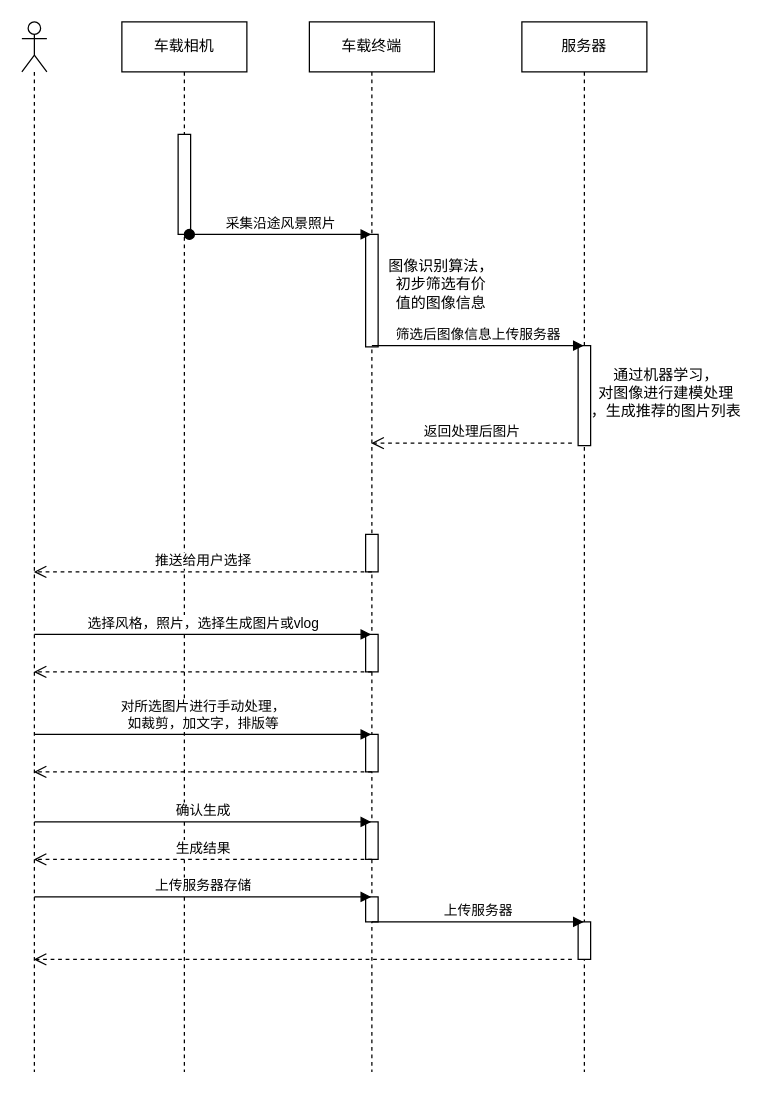
This is 自动抓拍.drawio from czdj/diagrams, a draw.io file, before an edit. Source tidied: cells renumbered, new cells numbered last; positions are measured from the earlier drawing's top-left corner, leaving out a move shared by most shapes. Both pictures are drawn from the tidied source at 125%, with x=0, y=0 at pixel (21, 21).
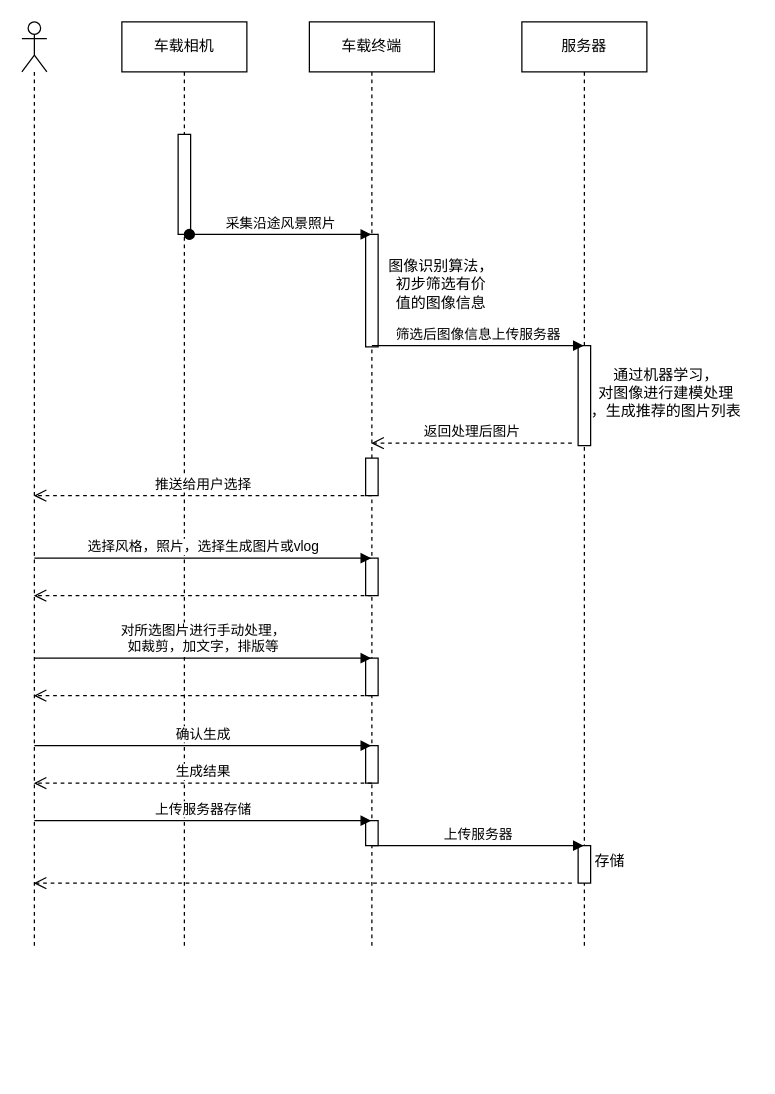
The same page after the edit.

Commit message (it also covers changes not shown here):
更新自动抓拍.drawio

What changed in the source:
```diff
@@
     <mxCell id="2" style="shape=umlLifeline;perimeter=lifelinePerimeter;whiteSpace=wrap;html=1;outlineConnect=0;portConstraint=eastwest;newEdgeStyle={&quot;edgeStyle&quot;:&quot;elbowEdgeStyle&quot;,&quot;elbow&quot;:&quot;vertical&quot;,&quot;curved&quot;:0,&quot;rounded&quot;:0};participant=umlActor;" parent="1" vertex="1">
-      <mxGeometry width="20" height="840" as="geometry" />
+      <mxGeometry width="20" height="740" as="geometry" />
     </mxCell>
     <mxCell id="3" value="车载相机" style="shape=umlLifeline;perimeter=lifelinePerimeter;whiteSpace=wrap;html=1;newEdgeStyle={&quot;edgeStyle&quot;:&quot;elbowEdgeStyle&quot;,&quot;elbow&quot;:&quot;vertical&quot;,&quot;curved&quot;:0,&quot;rounded&quot;:0};" parent="1" vertex="1">
-      <mxGeometry x="80" width="100" height="840" as="geometry" />
+      <mxGeometry x="80" width="100" height="740" as="geometry" />
     </mxCell>
@@
     <mxCell id="5" value="车载终端" style="shape=umlLifeline;perimeter=lifelinePerimeter;whiteSpace=wrap;html=1;outlineConnect=0;portConstraint=eastwest;newEdgeStyle={&quot;edgeStyle&quot;:&quot;elbowEdgeStyle&quot;,&quot;elbow&quot;:&quot;vertical&quot;,&quot;curved&quot;:0,&quot;rounded&quot;:0};" parent="1" vertex="1">
-      <mxGeometry x="230" width="100" height="840" as="geometry" />
+      <mxGeometry x="230" width="100" height="740" as="geometry" />
     </mxCell>
@@
     <mxCell id="7" style="html=1;perimeter=orthogonalPerimeter;targetShapes=umlLifeline;newEdgeStyle={&quot;edgeStyle&quot;:&quot;elbowEdgeStyle&quot;,&quot;elbow&quot;:&quot;vertical&quot;,&quot;curved&quot;:0,&quot;rounded&quot;:0};" parent="5" vertex="1">
-      <mxGeometry x="45" y="410" width="10" height="30" as="geometry" />
+      <mxGeometry x="45" y="349" width="10" height="30" as="geometry" />
     </mxCell>
     <mxCell id="8" style="html=1;perimeter=orthogonalPerimeter;targetShapes=umlLifeline;newEdgeStyle={&quot;edgeStyle&quot;:&quot;elbowEdgeStyle&quot;,&quot;elbow&quot;:&quot;vertical&quot;,&quot;curved&quot;:0,&quot;rounded&quot;:0};" parent="5" vertex="1">
-      <mxGeometry x="45" y="490" width="10" height="30" as="geometry" />
+      <mxGeometry x="45" y="429" width="10" height="30" as="geometry" />
     </mxCell>
     <mxCell id="9" style="html=1;perimeter=orthogonalPerimeter;targetShapes=umlLifeline;newEdgeStyle={&quot;edgeStyle&quot;:&quot;elbowEdgeStyle&quot;,&quot;elbow&quot;:&quot;vertical&quot;,&quot;curved&quot;:0,&quot;rounded&quot;:0};" parent="5" vertex="1">
-      <mxGeometry x="45" y="570" width="10" height="30" as="geometry" />
+      <mxGeometry x="45" y="509" width="10" height="30" as="geometry" />
     </mxCell>
     <mxCell id="10" style="html=1;perimeter=orthogonalPerimeter;targetShapes=umlLifeline;newEdgeStyle={&quot;edgeStyle&quot;:&quot;elbowEdgeStyle&quot;,&quot;elbow&quot;:&quot;vertical&quot;,&quot;curved&quot;:0,&quot;rounded&quot;:0};" parent="5" vertex="1">
-      <mxGeometry x="45" y="640" width="10" height="30" as="geometry" />
+      <mxGeometry x="45" y="579" width="10" height="30" as="geometry" />
     </mxCell>
     <mxCell id="11" style="html=1;perimeter=orthogonalPerimeter;targetShapes=umlLifeline;newEdgeStyle={&quot;edgeStyle&quot;:&quot;elbowEdgeStyle&quot;,&quot;elbow&quot;:&quot;vertical&quot;,&quot;curved&quot;:0,&quot;rounded&quot;:0};" parent="5" vertex="1">
-      <mxGeometry x="45" y="700" width="10" height="20" as="geometry" />
+      <mxGeometry x="45" y="639" width="10" height="20" as="geometry" />
     </mxCell>
@@
     <mxCell id="14" value="服务器" style="shape=umlLifeline;perimeter=lifelinePerimeter;whiteSpace=wrap;html=1;outlineConnect=0;portConstraint=eastwest;newEdgeStyle={&quot;edgeStyle&quot;:&quot;elbowEdgeStyle&quot;,&quot;elbow&quot;:&quot;vertical&quot;,&quot;curved&quot;:0,&quot;rounded&quot;:0};" parent="1" vertex="1">
-      <mxGeometry x="400" width="100" height="840" as="geometry" />
+      <mxGeometry x="400" width="100" height="740" as="geometry" />
     </mxCell>
     <mxCell id="15" style="html=1;perimeter=orthogonalPerimeter;targetShapes=umlLifeline;newEdgeStyle={&quot;edgeStyle&quot;:&quot;elbowEdgeStyle&quot;,&quot;elbow&quot;:&quot;vertical&quot;,&quot;curved&quot;:0,&quot;rounded&quot;:0};" parent="14" vertex="1">
-      <mxGeometry x="45" y="720" width="10" height="30" as="geometry" />
+      <mxGeometry x="45" y="659" width="10" height="30" as="geometry" />
     </mxCell>
@@
-    <mxCell id="20" value="推送给用户选择" style="html=1;verticalAlign=bottom;endArrow=open;dashed=1;endSize=8;edgeStyle=elbowEdgeStyle;elbow=vertical;curved=0;rounded=0;" parent="1" edge="1" target="2">
+    <mxCell id="20" value="推送给用户选择" style="html=1;verticalAlign=bottom;endArrow=open;dashed=1;endSize=8;edgeStyle=elbowEdgeStyle;elbow=vertical;curved=0;rounded=0;" parent="1" edge="1">
       <mxGeometry relative="1" as="geometry">
-        <mxPoint x="280" y="440" as="sourcePoint" />
+        <mxPoint x="280" y="379" as="sourcePoint" />
+        <mxPoint x="9.5" y="379" as="targetPoint" />
       </mxGeometry>
     </mxCell>
-    <mxCell id="21" value="选择风格，照片，选择生成图片或vlog" style="html=1;verticalAlign=bottom;endArrow=block;edgeStyle=elbowEdgeStyle;elbow=vertical;curved=0;rounded=0;" parent="1" edge="1" target="5">
+    <mxCell id="21" value="选择风格，照片，选择生成图片或vlog" style="html=1;verticalAlign=bottom;endArrow=block;edgeStyle=elbowEdgeStyle;elbow=vertical;curved=0;rounded=0;" parent="1" edge="1">
       <mxGeometry relative="1" as="geometry">
-        <mxPoint x="10" y="490" as="sourcePoint" />
+        <mxPoint x="10" y="429" as="sourcePoint" />
+        <mxPoint x="279.5" y="429" as="targetPoint" />
       </mxGeometry>
     </mxCell>
-    <mxCell id="22" style="html=1;verticalAlign=bottom;endArrow=open;dashed=1;endSize=8;edgeStyle=elbowEdgeStyle;elbow=vertical;curved=0;rounded=0;" parent="1" edge="1" target="2">
+    <mxCell id="22" style="html=1;verticalAlign=bottom;endArrow=open;dashed=1;endSize=8;edgeStyle=elbowEdgeStyle;elbow=vertical;curved=0;rounded=0;" parent="1" edge="1">
       <mxGeometry relative="1" as="geometry">
-        <mxPoint x="280" y="520" as="sourcePoint" />
+        <mxPoint x="280" y="459" as="sourcePoint" />
+        <mxPoint x="9.5" y="459" as="targetPoint" />
       </mxGeometry>
     </mxCell>
-    <mxCell id="23" value="对所选图片进行手动处理，&lt;br&gt;如裁剪，加文字，排版等" style="html=1;verticalAlign=bottom;endArrow=block;edgeStyle=elbowEdgeStyle;elbow=vertical;curved=0;rounded=0;" parent="1" edge="1" target="5">
+    <mxCell id="23" value="对所选图片进行手动处理，&lt;br&gt;如裁剪，加文字，排版等" style="html=1;verticalAlign=bottom;endArrow=block;edgeStyle=elbowEdgeStyle;elbow=vertical;curved=0;rounded=0;" parent="1" edge="1">
       <mxGeometry relative="1" as="geometry">
-        <mxPoint x="10" y="570" as="sourcePoint" />
+        <mxPoint x="10" y="509" as="sourcePoint" />
+        <mxPoint x="279.5" y="509" as="targetPoint" />
       </mxGeometry>
     </mxCell>
-    <mxCell id="24" style="html=1;verticalAlign=bottom;endArrow=open;dashed=1;endSize=8;edgeStyle=elbowEdgeStyle;elbow=vertical;curved=0;rounded=0;" parent="1" edge="1" target="2">
+    <mxCell id="24" style="html=1;verticalAlign=bottom;endArrow=open;dashed=1;endSize=8;edgeStyle=elbowEdgeStyle;elbow=vertical;curved=0;rounded=0;" parent="1" edge="1">
       <mxGeometry relative="1" as="geometry">
-        <mxPoint x="280" y="600" as="sourcePoint" />
+        <mxPoint x="280" y="539" as="sourcePoint" />
+        <mxPoint x="9.5" y="539" as="targetPoint" />
       </mxGeometry>
     </mxCell>
-    <mxCell id="25" value="确认生成" style="html=1;verticalAlign=bottom;endArrow=block;edgeStyle=elbowEdgeStyle;elbow=vertical;curved=0;rounded=0;" parent="1" edge="1" target="5">
+    <mxCell id="25" value="确认生成" style="html=1;verticalAlign=bottom;endArrow=block;edgeStyle=elbowEdgeStyle;elbow=vertical;curved=0;rounded=0;" parent="1" edge="1">
       <mxGeometry relative="1" as="geometry">
-        <mxPoint x="10" y="640" as="sourcePoint" />
+        <mxPoint x="10" y="579" as="sourcePoint" />
+        <mxPoint x="279.5" y="579" as="targetPoint" />
       </mxGeometry>
     </mxCell>
-    <mxCell id="26" value="生成结果" style="html=1;verticalAlign=bottom;endArrow=open;dashed=1;endSize=8;edgeStyle=elbowEdgeStyle;elbow=vertical;curved=0;rounded=0;" parent="1" edge="1" target="2">
+    <mxCell id="26" value="生成结果" style="html=1;verticalAlign=bottom;endArrow=open;dashed=1;endSize=8;edgeStyle=elbowEdgeStyle;elbow=vertical;curved=0;rounded=0;" parent="1" edge="1">
       <mxGeometry relative="1" as="geometry">
-        <mxPoint x="280" y="670" as="sourcePoint" />
+        <mxPoint x="280" y="609" as="sourcePoint" />
+        <mxPoint x="9.5" y="609" as="targetPoint" />
       </mxGeometry>
     </mxCell>
-    <mxCell id="27" value="上传服务器存储" style="html=1;verticalAlign=bottom;endArrow=block;edgeStyle=elbowEdgeStyle;elbow=vertical;curved=0;rounded=0;" parent="1" edge="1" target="5">
+    <mxCell id="27" value="上传服务器存储" style="html=1;verticalAlign=bottom;endArrow=block;edgeStyle=elbowEdgeStyle;elbow=vertical;curved=0;rounded=0;" parent="1" edge="1">
       <mxGeometry relative="1" as="geometry">
-        <mxPoint x="10" y="700" as="sourcePoint" />
+        <mxPoint x="10" y="639" as="sourcePoint" />
+        <mxPoint x="279.5" y="639" as="targetPoint" />
       </mxGeometry>
     </mxCell>
-    <mxCell id="28" value="上传服务器" style="html=1;verticalAlign=bottom;endArrow=block;edgeStyle=elbowEdgeStyle;elbow=vertical;curved=0;rounded=0;" parent="1" edge="1" target="14">
+    <mxCell id="28" value="上传服务器" style="html=1;verticalAlign=bottom;endArrow=block;edgeStyle=elbowEdgeStyle;elbow=vertical;curved=0;rounded=0;" parent="1" edge="1">
       <mxGeometry relative="1" as="geometry">
-        <mxPoint x="280" y="720" as="sourcePoint" />
+        <mxPoint x="280" y="659" as="sourcePoint" />
+        <mxPoint x="449.5" y="659" as="targetPoint" />
       </mxGeometry>
     </mxCell>
-    <mxCell id="29" style="html=1;verticalAlign=bottom;endArrow=open;dashed=1;endSize=8;edgeStyle=elbowEdgeStyle;elbow=vertical;curved=0;rounded=0;" parent="1" edge="1" target="2">
+    <mxCell id="29" style="html=1;verticalAlign=bottom;endArrow=open;dashed=1;endSize=8;edgeStyle=elbowEdgeStyle;elbow=vertical;curved=0;rounded=0;" parent="1" edge="1">
       <mxGeometry relative="1" as="geometry">
-        <mxPoint x="440" y="750" as="sourcePoint" />
+        <mxPoint x="440" y="689" as="sourcePoint" />
+        <mxPoint x="9.5" y="689" as="targetPoint" />
       </mxGeometry>
     </mxCell>
+    <mxCell id="30" value="存储" style="text;html=1;align=center;verticalAlign=middle;strokeColor=none;fillColor=none;" parent="1" vertex="1">
+      <mxGeometry x="445" y="657" width="50" height="30" as="geometry" />
+    </mxCell>
```
